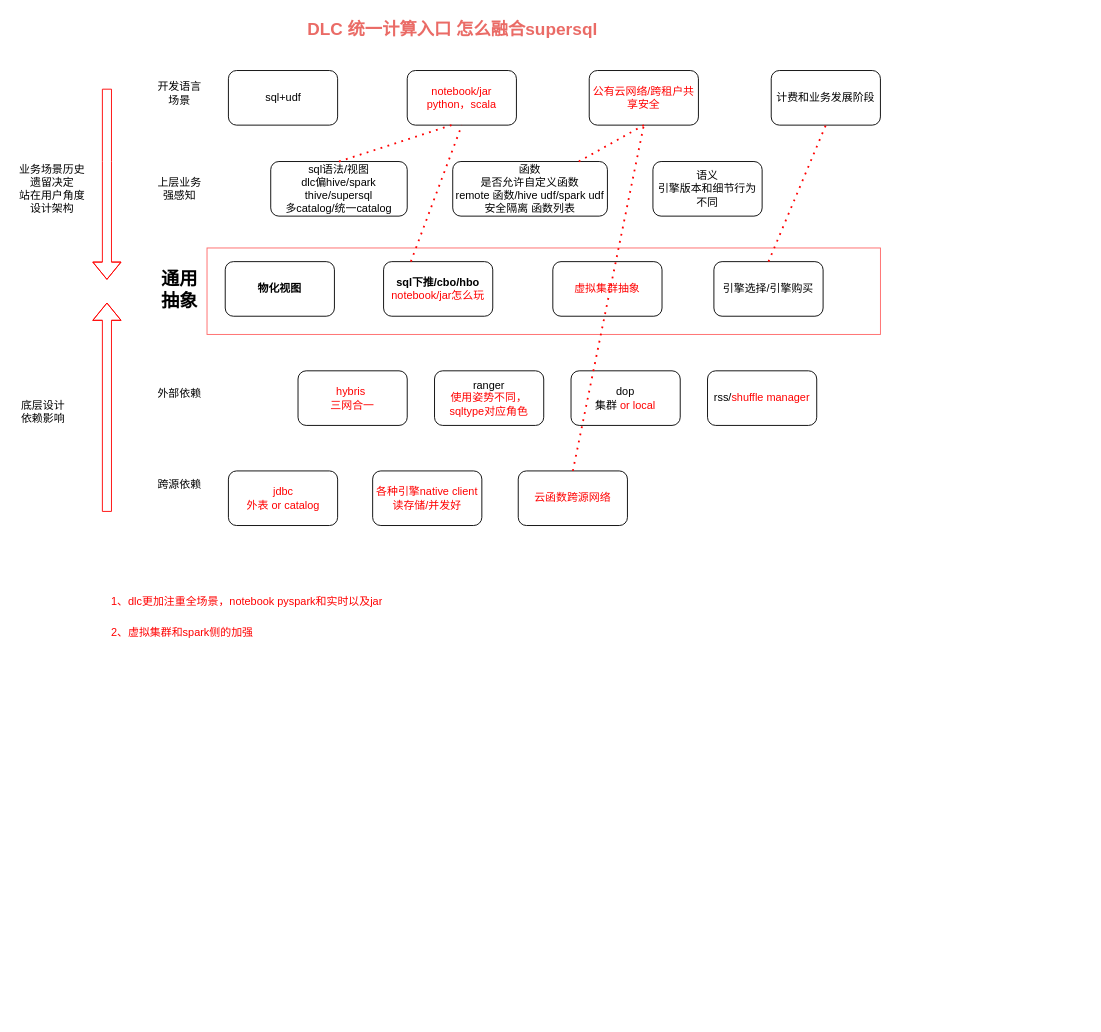
Above: 统一计算.drawio in yuhuali1989/ui (draw.io), before the change. Source tidied: cells renumbered, new cells numbered last; positions are measured from the earlier drawing's top-left corner, leaving out a move shared by most shapes. Both pictures are drawn from the tidied source at 91%, with x=0, y=0 at pixel (15, 15).
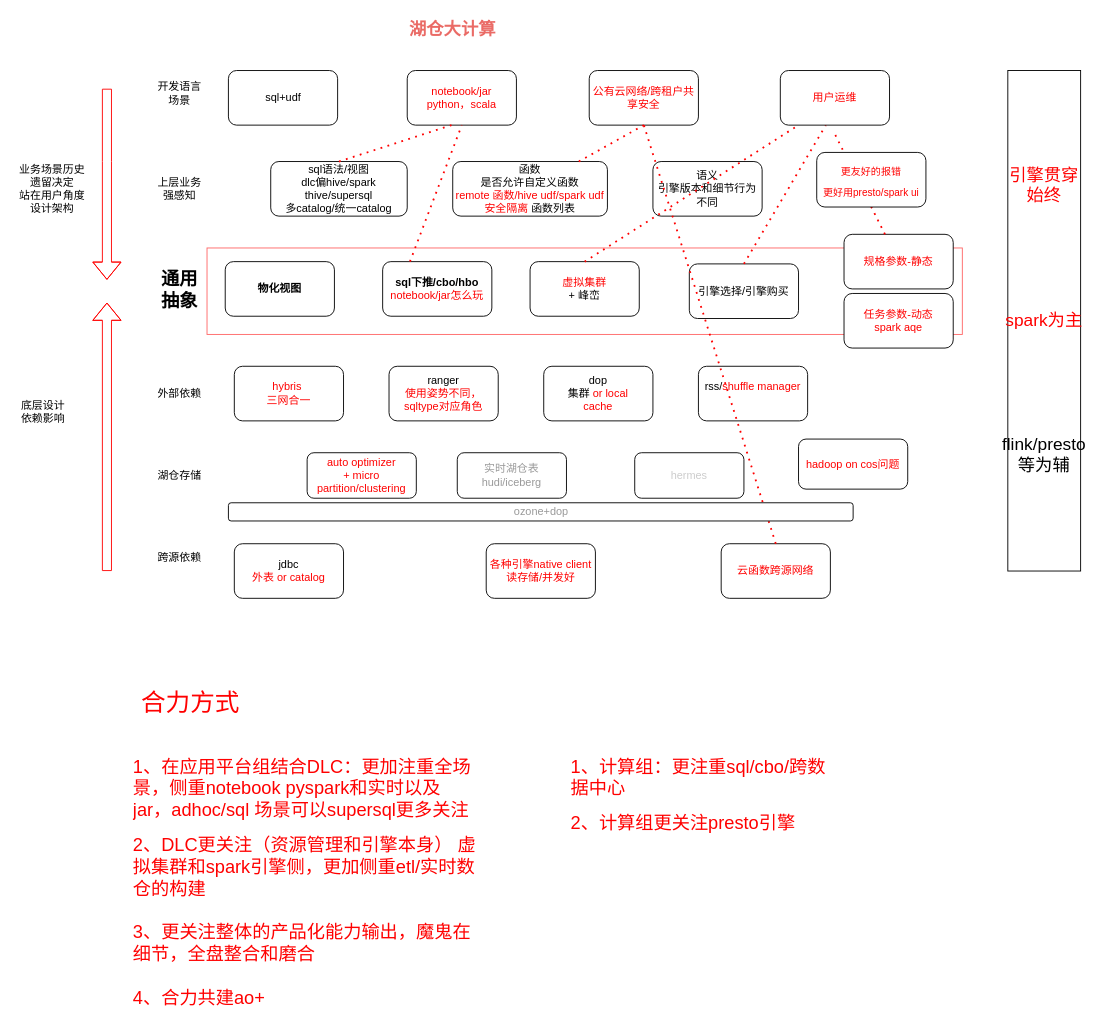
The same diagram, later.

Diff of the diagram source:
```diff
@@
     <mxCell id="2" style="rounded=0;whiteSpace=wrap;html=1;strokeColor=#FF6666;fontSize=19;fontColor=#000000;" parent="1" vertex="1">
-      <mxGeometry x="210" y="255" width="740" height="95" as="geometry" />
+      <mxGeometry x="210" y="255" width="830" height="95" as="geometry" />
     </mxCell>
@@
-    <mxCell id="5" value="&lt;font&gt;函数&lt;/font&gt;&lt;br&gt;是否允许自定义函数&lt;br&gt;remote 函数/hive udf/spark udf&lt;br&gt;安全隔离 函数列表" style="rounded=1;whiteSpace=wrap;html=1;fontColor=#000000;" parent="1" vertex="1">
+    <mxCell id="5" value="&lt;font&gt;函数&lt;/font&gt;&lt;br&gt;是否允许自定义函数&lt;br&gt;&lt;font color=&quot;#ff0000&quot;&gt;remote 函数/hive udf/spark udf&lt;br&gt;安全隔离&lt;/font&gt; 函数列表" style="rounded=1;whiteSpace=wrap;html=1;fontColor=#000000;" parent="1" vertex="1">
       <mxGeometry x="480" y="160" width="170" height="60" as="geometry" />
     </mxCell>
@@
     <mxCell id="10" value="&lt;font&gt;hybris&amp;nbsp;&lt;br&gt;三网合一&lt;br&gt;&lt;/font&gt;" style="rounded=1;whiteSpace=wrap;html=1;fontColor=#FF0000;" parent="1" vertex="1">
-      <mxGeometry x="310" y="390" width="120" height="60" as="geometry" />
+      <mxGeometry x="240" y="385" width="120" height="60" as="geometry" />
     </mxCell>
@@
     <mxCell id="12" value="&lt;font&gt;&lt;font color=&quot;#000000&quot;&gt;ranger&lt;br&gt;&lt;/font&gt;使用姿势不同，sqltype对应角色&lt;/font&gt;" style="rounded=1;whiteSpace=wrap;html=1;fontColor=#FF0000;" parent="1" vertex="1">
-      <mxGeometry x="460" y="390" width="120" height="60" as="geometry" />
+      <mxGeometry x="410" y="385" width="120" height="60" as="geometry" />
     </mxCell>
     <mxCell id="13" value="&lt;font&gt;引擎选择/引擎购买&lt;/font&gt;" style="rounded=1;whiteSpace=wrap;html=1;strokeColor=#000000;fontColor=#000000;" parent="1" vertex="1">
-      <mxGeometry x="767" y="270" width="120" height="60" as="geometry" />
+      <mxGeometry x="740" y="272.5" width="120" height="60" as="geometry" />
     </mxCell>
     <mxCell id="14" value="&lt;font&gt;&lt;b&gt;sql下推/cbo/hbo&lt;br&gt;&lt;/b&gt;&lt;font color=&quot;#ff0000&quot;&gt;notebook/jar怎么玩&lt;/font&gt;&lt;br&gt;&lt;/font&gt;" style="rounded=1;whiteSpace=wrap;html=1;fontColor=#000000;" parent="1" vertex="1">
-      <mxGeometry x="404" y="270" width="120" height="60" as="geometry" />
+      <mxGeometry x="403" y="270" width="120" height="60" as="geometry" />
     </mxCell>
-    <mxCell id="15" value="&lt;font&gt;虚拟集群抽象&lt;/font&gt;" style="rounded=1;whiteSpace=wrap;html=1;fontColor=#FF0000;" parent="1" vertex="1">
-      <mxGeometry x="590" y="270" width="120" height="60" as="geometry" />
+    <mxCell id="15" value="&lt;font&gt;虚拟集群&lt;br&gt;&lt;font color=&quot;#000000&quot;&gt;+ 峰峦&lt;/font&gt;&lt;br&gt;&lt;/font&gt;" style="rounded=1;whiteSpace=wrap;html=1;fontColor=#FF0000;" parent="1" vertex="1">
+      <mxGeometry x="565" y="270" width="120" height="60" as="geometry" />
     </mxCell>
@@
-    <mxCell id="17" value="&lt;font&gt;&lt;font color=&quot;#000000&quot;&gt;dop&lt;br&gt;集群&lt;/font&gt; or local&lt;br&gt;&lt;/font&gt;" style="rounded=1;whiteSpace=wrap;html=1;fontColor=#FF0000;" parent="1" vertex="1">
-      <mxGeometry x="610" y="390" width="120" height="60" as="geometry" />
+    <mxCell id="17" value="&lt;font&gt;&lt;font color=&quot;#000000&quot;&gt;dop&lt;br&gt;集群&lt;/font&gt; or local&lt;br&gt;cache&lt;br&gt;&lt;/font&gt;" style="rounded=1;whiteSpace=wrap;html=1;fontColor=#FF0000;" parent="1" vertex="1">
+      <mxGeometry x="580" y="385" width="120" height="60" as="geometry" />
     </mxCell>
-    <mxCell id="18" value="&lt;font&gt;&lt;font color=&quot;#000000&quot;&gt;rss/&lt;/font&gt;shuffle manager&lt;/font&gt;" style="rounded=1;whiteSpace=wrap;html=1;fontColor=#FF0000;" parent="1" vertex="1">
-      <mxGeometry x="760" y="390" width="120" height="60" as="geometry" />
+    <mxCell id="18" value="&lt;font&gt;&lt;font color=&quot;#000000&quot;&gt;rss/&lt;/font&gt;shuffle manager&lt;br&gt;&lt;br&gt;&lt;/font&gt;" style="rounded=1;whiteSpace=wrap;html=1;fontColor=#FF0000;" parent="1" vertex="1">
+      <mxGeometry x="750" y="385" width="120" height="60" as="geometry" />
     </mxCell>
     <mxCell id="19" value="跨源依赖" style="text;html=1;strokeColor=none;fillColor=none;align=center;verticalAlign=middle;whiteSpace=wrap;rounded=0;fontColor=#000000;" parent="1" vertex="1">
-      <mxGeometry x="150" y="500" width="60" height="30" as="geometry" />
+      <mxGeometry x="150" y="580" width="60" height="30" as="geometry" />
     </mxCell>
-    <mxCell id="20" value="&lt;font&gt;jdbc&lt;br&gt;&lt;font&gt;外表 or catalog&lt;/font&gt;&lt;br&gt;&lt;/font&gt;" style="rounded=1;whiteSpace=wrap;html=1;fontColor=#FF0000;" parent="1" vertex="1">
-      <mxGeometry x="233.5" y="500" width="120" height="60" as="geometry" />
+    <mxCell id="20" value="&lt;font&gt;&lt;font color=&quot;#000000&quot;&gt;jdbc&lt;br&gt;&lt;/font&gt;&lt;font&gt;外表 or catalog&lt;/font&gt;&lt;br&gt;&lt;/font&gt;" style="rounded=1;whiteSpace=wrap;html=1;fontColor=#FF0000;" parent="1" vertex="1">
+      <mxGeometry x="240" y="580" width="120" height="60" as="geometry" />
     </mxCell>
     <mxCell id="21" value="&lt;font&gt;各种引擎native client 读存储/并发好&lt;br&gt;&lt;/font&gt;" style="rounded=1;whiteSpace=wrap;html=1;fontColor=#FF0000;" parent="1" vertex="1">
-      <mxGeometry x="392" y="500" width="120" height="60" as="geometry" />
+      <mxGeometry x="516.8" y="580" width="120" height="60" as="geometry" />
     </mxCell>
     <mxCell id="22" value="云函数跨源网络" style="rounded=1;whiteSpace=wrap;html=1;fontColor=#FF0000;" parent="1" vertex="1">
-      <mxGeometry x="552" y="500" width="120" height="60" as="geometry" />
+      <mxGeometry x="775" y="580" width="120" height="60" as="geometry" />
     </mxCell>
@@
-    <mxCell id="24" value="&lt;font&gt;计费和业务发展阶段&lt;/font&gt;" style="rounded=1;whiteSpace=wrap;html=1;fontColor=#000000;" parent="1" vertex="1">
-      <mxGeometry x="830" y="60" width="120" height="60" as="geometry" />
-    </mxCell>
@@
-    <mxCell id="26" style="endArrow=none;dashed=1;html=1;dashPattern=1 3;strokeWidth=2;rounded=0;strokeColor=#FF0000;fontColor=#000000;entryX=0.5;entryY=1;entryDx=0;entryDy=0;exitX=0.5;exitY=0;exitDx=0;exitDy=0;" parent="1" edge="1" source="13" target="24">
-      <mxGeometry relative="1" as="geometry" />
+    <mxCell id="26" style="endArrow=none;dashed=1;html=1;dashPattern=1 3;strokeWidth=2;rounded=0;strokeColor=#FF0000;fontColor=#000000;entryX=0.5;entryY=1;entryDx=0;entryDy=0;exitX=0.5;exitY=0;exitDx=0;exitDy=0;" parent="1" edge="1" source="13">
+      <mxGeometry relative="1" as="geometry">
+        <mxPoint x="890" y="120" as="targetPoint" />
+      </mxGeometry>
     </mxCell>
@@
     <mxCell id="29" style="shape=flexArrow;endArrow=classic;html=1;rounded=0;strokeColor=#FF0000;fontColor=#000000;" parent="1" edge="1">
       <mxGeometry relative="1" as="geometry">
-        <mxPoint x="100" y="545" as="sourcePoint" />
+        <mxPoint x="100" y="610" as="sourcePoint" />
         <mxPoint x="100" y="315" as="targetPoint" />
         <Array as="points">
           <mxPoint x="100" y="185" />
         </Array>
       </mxGeometry>
     </mxCell>
@@
-    <mxCell id="32" value="&lt;b&gt;&lt;font style=&quot;font-size: 19px;&quot; color=&quot;#ea6b66&quot;&gt;DLC 统一计算入口 怎么融合supersql&lt;/font&gt;&lt;/b&gt;" style="text;html=1;strokeColor=none;fillColor=none;align=center;verticalAlign=middle;whiteSpace=wrap;rounded=0;fontColor=#000000;" parent="1" vertex="1">
+    <mxCell id="32" value="&lt;b&gt;&lt;font style=&quot;font-size: 19px;&quot; color=&quot;#ea6b66&quot;&gt;湖仓大计算&lt;/font&gt;&lt;/b&gt;" style="text;html=1;strokeColor=none;fillColor=none;align=center;verticalAlign=middle;whiteSpace=wrap;rounded=0;fontColor=#000000;" parent="1" vertex="1">
       <mxGeometry x="100" width="760" height="30" as="geometry" />
     </mxCell>
@@
-    <mxCell id="36" value="&lt;h1&gt;&lt;span style=&quot;font-size: 12px; font-weight: 400;&quot;&gt;1、dlc更加注重全场景，notebook pyspark和实时以及jar&lt;/span&gt;&lt;/h1&gt;&lt;div&gt;&lt;span style=&quot;font-size: 12px; font-weight: 400;&quot;&gt;2、虚拟集群和spark侧的加强&lt;/span&gt;&lt;/div&gt;" style="text;html=1;strokeColor=none;fillColor=none;spacing=5;spacingTop=-20;whiteSpace=wrap;overflow=hidden;rounded=0;fontColor=#FF0000;" parent="1" vertex="1">
-      <mxGeometry x="100" y="620" width="360" height="120" as="geometry" />
+    <mxCell id="36" value="&lt;h1 style=&quot;font-size: 20px;&quot;&gt;&lt;font style=&quot;font-weight: normal; font-size: 20px;&quot;&gt;1、在应用平台组结合DLC：更加注重全场景，侧重notebook pyspark和实时以及jar，adhoc/sql 场景可以supersql更多关注&lt;/font&gt;&lt;/h1&gt;&lt;div style=&quot;font-size: 20px;&quot;&gt;&lt;font style=&quot;font-size: 20px;&quot;&gt;2、DLC更关注（资源管理和引擎本身） 虚拟集群和spark引擎侧，更加侧重etl/实时数仓的构建&lt;/font&gt;&lt;/div&gt;&lt;div style=&quot;font-size: 20px;&quot;&gt;&lt;font style=&quot;font-size: 20px;&quot;&gt;&lt;br&gt;&lt;/font&gt;&lt;/div&gt;&lt;div style=&quot;font-size: 20px;&quot;&gt;&lt;font style=&quot;font-size: 20px;&quot;&gt;3、更关注整体的产品化能力输出，魔鬼在细节，全盘整合和磨合&lt;/font&gt;&lt;/div&gt;&lt;div style=&quot;font-size: 20px;&quot;&gt;&lt;font style=&quot;font-size: 20px;&quot;&gt;&lt;br&gt;&lt;/font&gt;&lt;/div&gt;&lt;div style=&quot;font-size: 20px;&quot;&gt;&lt;font style=&quot;font-size: 20px;&quot;&gt;4、合力共建ao+&amp;nbsp;&lt;/font&gt;&lt;/div&gt;" style="text;html=1;strokeColor=none;fillColor=none;spacing=5;spacingTop=-20;whiteSpace=wrap;overflow=hidden;rounded=0;fontColor=#FF0000;" parent="1" vertex="1">
+      <mxGeometry x="124" y="810" width="386" height="290" as="geometry" />
     </mxCell>
+    <mxCell id="37" value="auto optimizer&lt;br&gt;+ micro partition/clustering" style="rounded=1;whiteSpace=wrap;html=1;strokeColor=#000000;fontColor=#FF0000;" parent="1" vertex="1">
+      <mxGeometry x="320" y="480" width="120" height="50" as="geometry" />
+    </mxCell>
+    <mxCell id="38" value="&lt;font style=&quot;font-size: 27px;&quot;&gt;合力方式&lt;/font&gt;" style="text;html=1;strokeColor=none;fillColor=none;align=center;verticalAlign=middle;whiteSpace=wrap;rounded=0;fontSize=20;fontColor=#FF0000;" parent="1" vertex="1">
+      <mxGeometry x="132" y="740" width="120" height="30" as="geometry" />
+    </mxCell>
+    <mxCell id="39" value="&lt;h1 style=&quot;font-size: 20px;&quot;&gt;&lt;font style=&quot;font-weight: normal; font-size: 20px;&quot;&gt;1、计算组：更注重sql/cbo/跨数据中心&lt;/font&gt;&lt;/h1&gt;&lt;div style=&quot;font-size: 20px;&quot;&gt;&lt;font style=&quot;font-size: 20px;&quot;&gt;2、计算组更关注presto引擎&lt;/font&gt;&lt;/div&gt;" style="text;html=1;strokeColor=none;fillColor=none;spacing=5;spacingTop=-20;whiteSpace=wrap;overflow=hidden;rounded=0;fontColor=#FF0000;" parent="1" vertex="1">
+      <mxGeometry x="605" y="810" width="290" height="120" as="geometry" />
+    </mxCell>
+    <mxCell id="40" value="引擎贯穿始终&lt;br&gt;&lt;br&gt;&lt;br&gt;&lt;br&gt;&lt;br&gt;&lt;br&gt;spark为主&lt;br&gt;&lt;br&gt;&lt;br&gt;&lt;br&gt;&lt;br&gt;&lt;br&gt;&lt;font color=&quot;#000000&quot;&gt;flink/presto等为辅&lt;/font&gt;" style="rounded=0;whiteSpace=wrap;html=1;fontSize=19;fontColor=#FF0000;" parent="1" vertex="1">
+      <mxGeometry x="1090" y="60" width="80" height="550" as="geometry" />
+    </mxCell>
+    <mxCell id="41" value="ozone+dop" style="rounded=1;whiteSpace=wrap;html=1;strokeColor=#000000;fontColor=#999999;" parent="1" vertex="1">
+      <mxGeometry x="233.5" y="535" width="686.5" height="20" as="geometry" />
+    </mxCell>
+    <mxCell id="42" value="实时湖仓表&lt;br&gt;hudi/iceberg" style="rounded=1;whiteSpace=wrap;html=1;strokeColor=#000000;fontColor=#999999;" parent="1" vertex="1">
+      <mxGeometry x="485" y="480" width="120" height="50" as="geometry" />
+    </mxCell>
+    <mxCell id="43" value="湖仓存储" style="text;html=1;strokeColor=none;fillColor=none;align=center;verticalAlign=middle;whiteSpace=wrap;rounded=0;fontColor=#000000;" parent="1" vertex="1">
+      <mxGeometry x="150" y="490" width="60" height="30" as="geometry" />
+    </mxCell>
+    <mxCell id="44" value="hermes" style="rounded=1;whiteSpace=wrap;html=1;strokeColor=#000000;fontColor=#CCCCCC;" parent="1" vertex="1">
+      <mxGeometry x="680" y="480" width="120" height="50" as="geometry" />
+    </mxCell>
+    <mxCell id="45" value="规格参数-静态" style="rounded=1;whiteSpace=wrap;html=1;fontColor=#FF0000;" parent="1" vertex="1">
+      <mxGeometry x="910" y="240" width="120" height="60" as="geometry" />
+    </mxCell>
+    <mxCell id="46" style="endArrow=none;dashed=1;html=1;dashPattern=1 3;strokeWidth=2;rounded=0;strokeColor=#FF0000;fontColor=#000000;entryX=0.5;entryY=1;entryDx=0;entryDy=0;" parent="1" edge="1" source="45">
+      <mxGeometry relative="1" as="geometry">
+        <mxPoint x="900" y="130" as="targetPoint" />
+      </mxGeometry>
+    </mxCell>
+    <mxCell id="47" value="任务参数-动态&lt;br&gt;spark aqe" style="rounded=1;whiteSpace=wrap;html=1;fontColor=#FF0000;" parent="1" vertex="1">
+      <mxGeometry x="910" y="305" width="120" height="60" as="geometry" />
+    </mxCell>
+    <mxCell id="48" style="endArrow=none;dashed=1;html=1;dashPattern=1 3;strokeWidth=2;rounded=0;strokeColor=#FF0000;fontColor=#000000;entryX=0.25;entryY=1;entryDx=0;entryDy=0;exitX=0.5;exitY=0;exitDx=0;exitDy=0;" parent="1" edge="1" source="15">
+      <mxGeometry relative="1" as="geometry">
+        <mxPoint x="860" y="120" as="targetPoint" />
+      </mxGeometry>
+    </mxCell>
+    <mxCell id="49" value="&lt;font color=&quot;#ff0000&quot;&gt;hadoop on cos问题&lt;/font&gt;" style="rounded=1;whiteSpace=wrap;html=1;strokeColor=#000000;fontColor=#CCCCCC;" parent="1" vertex="1">
+      <mxGeometry x="860" y="465" width="120" height="55" as="geometry" />
+    </mxCell>
+    <mxCell id="50" value="&lt;font&gt;用户运维&lt;/font&gt;" style="rounded=1;whiteSpace=wrap;html=1;fontColor=#FF0000;" parent="1" vertex="1">
+      <mxGeometry x="840" y="60" width="120" height="60" as="geometry" />
+    </mxCell>
+    <mxCell id="51" value="&lt;font style=&quot;font-size: 11px;&quot;&gt;更友好的报错&lt;br style=&quot;font-size: 11px;&quot;&gt;更好用presto/spark ui&lt;/font&gt;" style="rounded=1;whiteSpace=wrap;html=1;fontSize=19;fontColor=#FF0000;" parent="1" vertex="1">
+      <mxGeometry x="880" y="150" width="120" height="60" as="geometry" />
+    </mxCell>
```
